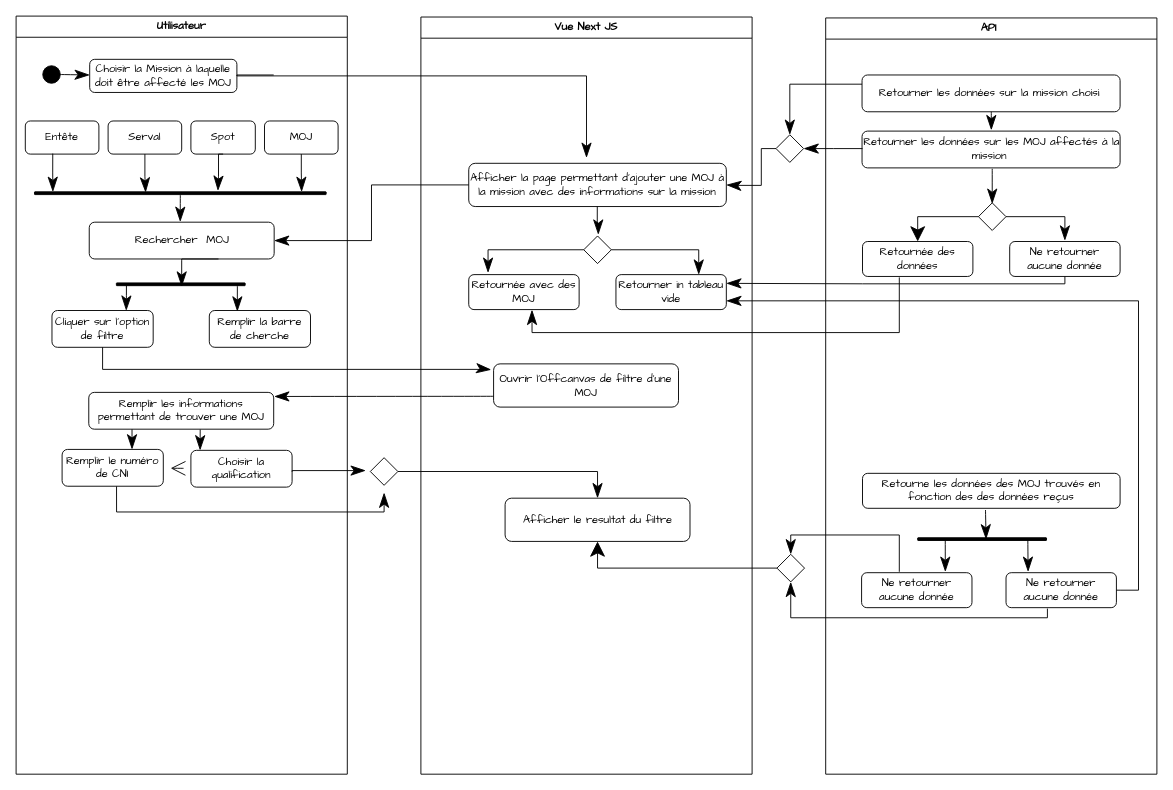
This is New_ActivityDiagramAssignsMojMission.drawio from ThuranJunior-AGL/AnalyseGEMOj, a draw.io file, before an edit. Source tidied: cells renumbered, new cells numbered last; positions are measured from the earlier drawing's top-left corner, leaving out a move shared by most shapes. Both pictures are drawn from the tidied source at 92%, with x=0, y=0 at pixel (16, 16).
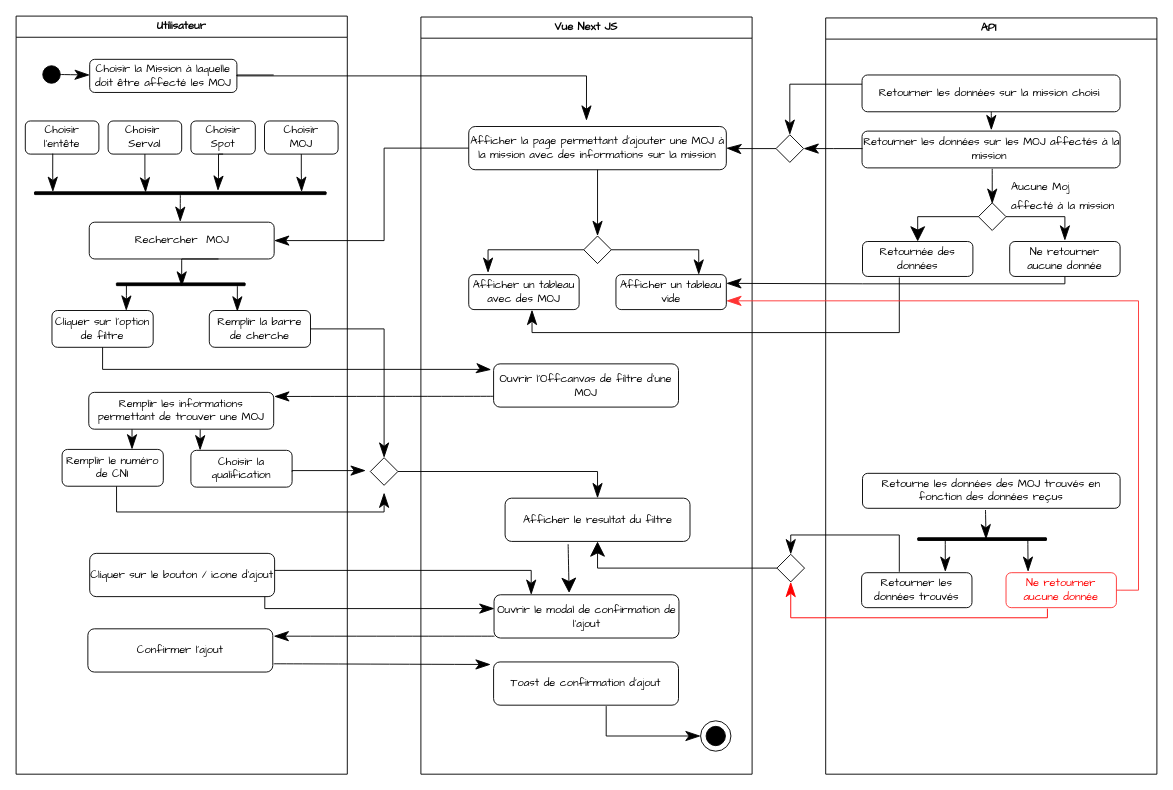
Above is the later version.

Commit message (it also covers changes not shown here):
Mettre à jour New_ActivityDiagramAssignsMojMission.drawio

The change refers to these unchanged cells:
```xml
<mxCell id="2" value="Utilisateur" style="swimlane;whiteSpace=wrap;html=1;fontFamily=Architects Daughter;" parent="1" vertex="1">
  <mxGeometry width="360" height="824" as="geometry" />
</mxCell>
<mxCell id="6" value="Rechercher &lt;span style=&quot;background-color: initial;&quot;&gt;&amp;nbsp;MOJ&lt;/span&gt;" style="rounded=1;whiteSpace=wrap;html=1;fontFamily=Architects Daughter;" parent="2" vertex="1">
  <mxGeometry x="79.5" y="224" width="201" height="40" as="geometry" />
</mxCell>
<mxCell id="7" value="Remplir le numéro de CNI" style="rounded=1;whiteSpace=wrap;html=1;fontFamily=Architects Daughter;" parent="2" vertex="1">
  <mxGeometry x="50" y="471" width="110" height="40" as="geometry" />
</mxCell>
<mxCell id="9" value="Choisir la qualification" style="rounded=1;whiteSpace=wrap;html=1;fontFamily=Architects Daughter;" parent="2" vertex="1">
  <mxGeometry x="190" y="472" width="110" height="40" as="geometry" />
</mxCell>
<mxCell id="17" value="Remplir la barre de cherche" style="rounded=1;whiteSpace=wrap;html=1;fontFamily=Architects Daughter;" parent="2" vertex="1">
  <mxGeometry x="210" y="320" width="110" height="40" as="geometry" />
</mxCell>
<mxCell id="28" value="Vue Next JS" style="swimlane;whiteSpace=wrap;html=1;fontFamily=Architects Daughter;" parent="1" vertex="1">
  <mxGeometry x="440" y="1" width="360" height="823" as="geometry" />
</mxCell>
<mxCell id="33" style="rhombus;whiteSpace=wrap;html=1;fontFamily=Architects Daughter;" parent="28" vertex="1">
  <mxGeometry x="177" y="238" width="30" height="30" as="geometry" />
</mxCell>
<mxCell id="37" value="Afficher le resultat du filtre" style="rounded=1;whiteSpace=wrap;html=1;fontFamily=Architects Daughter;" parent="28" vertex="1">
  <mxGeometry x="91.5" y="523" width="201" height="47" as="geometry" />
</mxCell>
<mxCell id="38" value="API&amp;nbsp;" style="swimlane;whiteSpace=wrap;html=1;fontFamily=Architects Daughter;gradientColor=none;" parent="1" vertex="1">
  <mxGeometry x="880" y="2" width="360" height="822" as="geometry" />
</mxCell>
<mxCell id="43" style="rhombus;whiteSpace=wrap;html=1;fontFamily=Architects Daughter;" parent="38" vertex="1">
  <mxGeometry x="166" y="201" width="30" height="30" as="geometry" />
</mxCell>
<mxCell id="55" style="rhombus;whiteSpace=wrap;html=1;fontFamily=Architects Daughter;" parent="1" vertex="1">
  <mxGeometry x="826" y="129" width="30" height="30" as="geometry" />
</mxCell>
<mxCell id="61" style="rhombus;whiteSpace=wrap;html=1;fontFamily=Architects Daughter;" parent="1" vertex="1">
  <mxGeometry x="385" y="480" width="30" height="30" as="geometry" />
</mxCell>
<mxCell id="71" style="rhombus;whiteSpace=wrap;html=1;fontFamily=Architects Daughter;" parent="1" vertex="1">
  <mxGeometry x="827" y="585" width="30" height="30" as="geometry" />
</mxCell>
```

What changed in the source:
```diff
@@
-    <mxCell id="8" style="edgeStyle=none;curved=1;rounded=0;jettySize=auto;html=1;fontFamily=Architects Daughter;fontSize=16;startSize=14;endArrow=open;endSize=14;sourcePerimeterSpacing=8;targetPerimeterSpacing=8;" parent="2" edge="1" source="9" target="7">
-      <mxGeometry relative="1" as="geometry" />
-    </mxCell>
@@
-    <mxCell id="18" value="Entête" style="rounded=1;whiteSpace=wrap;html=1;fontFamily=Architects Daughter;" parent="2" vertex="1">
+    <mxCell id="18" value="Choisir l'entête" style="rounded=1;whiteSpace=wrap;html=1;fontFamily=Architects Daughter;" parent="2" vertex="1">
       <mxGeometry x="10" y="114" width="80" height="36" as="geometry" />
     </mxCell>
-    <mxCell id="19" value="Serval" style="rounded=1;whiteSpace=wrap;html=1;fontFamily=Architects Daughter;" parent="2" vertex="1">
+    <mxCell id="19" value="Choisir&amp;nbsp;&lt;div&gt;Serval&lt;/div&gt;" style="rounded=1;whiteSpace=wrap;html=1;fontFamily=Architects Daughter;" parent="2" vertex="1">
       <mxGeometry x="100" y="114" width="80" height="36" as="geometry" />
     </mxCell>
-    <mxCell id="20" value="Spot" style="rounded=1;whiteSpace=wrap;html=1;fontFamily=Architects Daughter;" parent="2" vertex="1">
+    <mxCell id="20" value="Choisir&lt;div&gt;Spot&lt;/div&gt;" style="rounded=1;whiteSpace=wrap;html=1;fontFamily=Architects Daughter;" parent="2" vertex="1">
       <mxGeometry x="190" y="114" width="70" height="36" as="geometry" />
     </mxCell>
-    <mxCell id="21" value="MOJ" style="rounded=1;whiteSpace=wrap;html=1;fontFamily=Architects Daughter;" parent="2" vertex="1">
+    <mxCell id="21" value="Choisir&lt;div&gt;MOJ&lt;/div&gt;" style="rounded=1;whiteSpace=wrap;html=1;fontFamily=Architects Daughter;" parent="2" vertex="1">
       <mxGeometry x="270" y="114" width="80" height="36" as="geometry" />
     </mxCell>
@@
+    <mxCell id="75" value="Cliquer sur le bouton / icone d'ajout" style="rounded=1;whiteSpace=wrap;html=1;fontFamily=Architects Daughter;" parent="2" vertex="1">
+      <mxGeometry x="80" y="584" width="201" height="47" as="geometry" />
+    </mxCell>
+    <mxCell id="76" value="Confirmer l'ajout" style="rounded=1;whiteSpace=wrap;html=1;fontFamily=Architects Daughter;" parent="2" vertex="1">
+      <mxGeometry x="78" y="666" width="201" height="47" as="geometry" />
+    </mxCell>
@@
     <mxCell id="29" value="Afficher la page permettant d'ajouter une MOJ à la mission avec des informations sur la mission" style="rounded=1;whiteSpace=wrap;html=1;fontFamily=Architects Daughter;" parent="28" vertex="1">
-      <mxGeometry x="52" y="159" width="280" height="47" as="geometry" />
+      <mxGeometry x="52" y="119" width="280" height="47" as="geometry" />
     </mxCell>
@@
-    <mxCell id="31" value="Retournée avec des MOJ" style="rounded=1;whiteSpace=wrap;html=1;fontFamily=Architects Daughter;" parent="28" vertex="1">
+    <mxCell id="31" value="Afficher un tableau avec des MOJ" style="rounded=1;whiteSpace=wrap;html=1;fontFamily=Architects Daughter;" parent="28" vertex="1">
       <mxGeometry x="52" y="280" width="120" height="38" as="geometry" />
     </mxCell>
-    <mxCell id="32" value="Retourner in tableau vide" style="rounded=1;whiteSpace=wrap;html=1;fontFamily=Architects Daughter;" parent="28" vertex="1">
+    <mxCell id="32" value="Afficher un tableau vide" style="rounded=1;whiteSpace=wrap;html=1;fontFamily=Architects Daughter;" parent="28" vertex="1">
       <mxGeometry x="212" y="280" width="120" height="38" as="geometry" />
     </mxCell>
@@
-    <mxCell id="34" style="endArrow=classicThin;html=1;rounded=0;fontFamily=Architects Daughter;fontSize=16;startSize=14;endSize=14;sourcePerimeterSpacing=8;targetPerimeterSpacing=8;endFill=1;edgeStyle=orthogonalEdgeStyle;exitX=0.499;exitY=0.997;exitDx=0;exitDy=0;exitPerimeter=0;entryX=0.527;entryY=-0.049;entryDx=0;entryDy=0;entryPerimeter=0;" parent="28" edge="1" source="29" target="33">
-      <mxGeometry relative="1" as="geometry">
-        <Array as="points">
-          <mxPoint x="192" y="228" />
-        </Array>
-      </mxGeometry>
+    <mxCell id="34" style="endArrow=classicThin;html=1;rounded=0;fontFamily=Architects Daughter;fontSize=16;startSize=14;endSize=14;sourcePerimeterSpacing=8;targetPerimeterSpacing=8;endFill=1;edgeStyle=orthogonalEdgeStyle;exitX=0.5;exitY=1;exitDx=0;exitDy=0;entryX=0.5;entryY=0;entryDx=0;entryDy=0;" parent="28" edge="1" source="29" target="33">
+      <mxGeometry relative="1" as="geometry" />
     </mxCell>
@@
+    <mxCell id="77" style="endArrow=classic;html=1;rounded=0;fontFamily=Architects Daughter;fontSize=16;startSize=14;endSize=14;sourcePerimeterSpacing=8;targetPerimeterSpacing=8;curved=1;exitX=0.341;exitY=1.064;exitDx=0;exitDy=0;exitPerimeter=0;entryX=0.406;entryY=-0.043;entryDx=0;entryDy=0;entryPerimeter=0;" parent="28" edge="1" source="37" target="78">
+      <mxGeometry relative="1" as="geometry" />
+    </mxCell>
+    <mxCell id="78" value="Ouvrir le modal de confirmation de l'ajout" style="rounded=1;whiteSpace=wrap;html=1;fontFamily=Architects Daughter;" parent="28" vertex="1">
+      <mxGeometry x="79.5" y="628" width="201" height="47" as="geometry" />
+    </mxCell>
+    <mxCell id="79" value="Toast de confirmation d'ajout" style="rounded=1;whiteSpace=wrap;html=1;fontFamily=Architects Daughter;" parent="28" vertex="1">
+      <mxGeometry x="79" y="701" width="201" height="47" as="geometry" />
+    </mxCell>
+    <mxCell id="80" style="ellipse;whiteSpace=wrap;html=1;fontFamily=Architects Daughter;fillColor=none;" parent="28" vertex="1">
+      <mxGeometry x="304" y="765" width="33" height="33" as="geometry" />
+    </mxCell>
+    <mxCell id="81" style="ellipse;whiteSpace=wrap;html=1;fontFamily=Architects Daughter;fillColor=#000000;" parent="28" vertex="1">
+      <mxGeometry x="310" y="771" width="21" height="21" as="geometry" />
+    </mxCell>
+    <mxCell id="82" style="endArrow=classicThin;html=1;rounded=0;fontFamily=Architects Daughter;fontSize=16;startSize=14;endSize=14;sourcePerimeterSpacing=8;targetPerimeterSpacing=8;exitX=0.609;exitY=1.021;exitDx=0;exitDy=0;entryX=0;entryY=0.5;entryDx=0;entryDy=0;edgeStyle=orthogonalEdgeStyle;exitPerimeter=0;endFill=1;" parent="28" edge="1" source="79" target="80">
+      <mxGeometry relative="1" as="geometry" />
+    </mxCell>
@@
-    <mxCell id="41" value="Retourne les données des MOJ trouvés en fonction des des données reçus" style="rounded=1;whiteSpace=wrap;html=1;fontFamily=Architects Daughter;" parent="38" vertex="1">
+    <mxCell id="41" value="Retourne les données des MOJ trouvés en fonction des données reçus" style="rounded=1;whiteSpace=wrap;html=1;fontFamily=Architects Daughter;" parent="38" vertex="1">
       <mxGeometry x="40" y="495" width="280" height="38" as="geometry" />
     </mxCell>
-    <mxCell id="42" value="Ne retourner aucune donnée" style="rounded=1;whiteSpace=wrap;html=1;fontFamily=Architects Daughter;" parent="38" vertex="1">
+    <mxCell id="42" value="&lt;font color=&quot;#ff0000&quot;&gt;Ne retourner aucune donnée&lt;/font&gt;" style="rounded=1;whiteSpace=wrap;html=1;fontFamily=Architects Daughter;strokeColor=#FF3333;" parent="38" vertex="1">
       <mxGeometry x="196" y="603" width="120" height="38" as="geometry" />
     </mxCell>
@@
-    <mxCell id="45" style="endArrow=classicThin;html=1;rounded=0;fontFamily=Architects Daughter;fontSize=16;startSize=14;endSize=14;sourcePerimeterSpacing=8;targetPerimeterSpacing=8;edgeStyle=orthogonalEdgeStyle;exitX=1;exitY=0.5;exitDx=0;exitDy=0;endFill=1;" parent="38" edge="1" source="43">
+    <mxCell id="45" style="endArrow=classicThin;html=1;rounded=0;fontFamily=Architects Daughter;fontSize=16;startSize=14;endSize=14;sourcePerimeterSpacing=8;targetPerimeterSpacing=8;edgeStyle=orthogonalEdgeStyle;exitX=1;exitY=0.5;exitDx=0;exitDy=0;endFill=1;strokeColor=default;" parent="38" edge="1" source="43">
       <mxGeometry relative="1" as="geometry">
         <mxPoint x="260" y="242" as="targetPoint" />
         <Array as="points">
           <mxPoint x="260" y="216" />
         </Array>
       </mxGeometry>
     </mxCell>
+    <mxCell id="83" value="&lt;font style=&quot;font-size: 12px;&quot;&gt;Aucune Moj&amp;nbsp;&lt;/font&gt;&lt;div style=&quot;&quot;&gt;&lt;font style=&quot;font-size: 12px;&quot;&gt;affecté à la mission&lt;/font&gt;&lt;/div&gt;" style="edgeLabel;html=1;align=left;verticalAlign=middle;fontSize=16;fontFamily=Architects Daughter;labelBackgroundColor=none;" parent="45" vertex="1">
+      <mxGeometry x="-0.18" y="-1" relative="1" as="geometry">
+        <mxPoint x="-33" y="-25" as="offset" />
+      </mxGeometry>
+    </mxCell>
-    <mxCell id="46" value="Ne retourner aucune donnée" style="rounded=1;whiteSpace=wrap;html=1;fontFamily=Architects Daughter;" parent="38" vertex="1">
+    <mxCell id="46" value="Retourner les données trouvés" style="rounded=1;whiteSpace=wrap;html=1;fontFamily=Architects Daughter;" parent="38" vertex="1">
       <mxGeometry x="39" y="603" width="120" height="38" as="geometry" />
     </mxCell>
-    <mxCell id="47" value="Ne retourner aucune donnée" style="rounded=1;whiteSpace=wrap;html=1;fontFamily=Architects Daughter;" parent="38" vertex="1">
+    <mxCell id="47" value="Ne retourner aucune donnée" style="rounded=1;whiteSpace=wrap;html=1;fontFamily=Architects Daughter;strokeColor=#000000;" parent="38" vertex="1">
       <mxGeometry x="200" y="243" width="120" height="38" as="geometry" />
     </mxCell>
@@
-    <mxCell id="53" style="endArrow=classicThin;html=1;rounded=0;fontFamily=Architects Daughter;fontSize=16;startSize=14;endSize=14;sourcePerimeterSpacing=8;targetPerimeterSpacing=8;exitX=1;exitY=0.5;exitDx=0;exitDy=0;endFill=1;edgeStyle=orthogonalEdgeStyle;" parent="1" edge="1">
+    <mxCell id="53" style="endArrow=classicThin;html=1;rounded=0;fontFamily=Architects Daughter;fontSize=16;startSize=14;endSize=14;sourcePerimeterSpacing=8;targetPerimeterSpacing=8;exitX=1;exitY=0.5;exitDx=0;exitDy=0;endFill=1;edgeStyle=orthogonalEdgeStyle;entryX=0.457;entryY=-0.136;entryDx=0;entryDy=0;entryPerimeter=0;" parent="1" edge="1" target="29">
       <mxGeometry relative="1" as="geometry">
         <mxPoint x="280" y="64" as="sourcePoint" />
-        <mxPoint x="620" y="154" as="targetPoint" />
         <Array as="points">
           <mxPoint x="240" y="64" />
-          <mxPoint x="240" y="65" />
           <mxPoint x="620" y="65" />
         </Array>
       </mxGeometry>
     </mxCell>
@@
     <mxCell id="57" style="endArrow=classicThin;html=1;rounded=0;fontFamily=Architects Daughter;fontSize=16;startSize=14;endSize=14;sourcePerimeterSpacing=8;targetPerimeterSpacing=8;endFill=1;edgeStyle=orthogonalEdgeStyle;exitX=0;exitY=0.5;exitDx=0;exitDy=0;entryX=1;entryY=0.5;entryDx=0;entryDy=0;" parent="1" edge="1" source="55" target="29">
       <mxGeometry relative="1" as="geometry">
         <Array as="points">
-          <mxPoint x="810" y="144" />
-          <mxPoint x="810" y="184" />
-          <mxPoint x="780" y="184" />
+          <mxPoint x="780" y="144" />
         </Array>
       </mxGeometry>
     </mxCell>
@@
-    <mxCell id="64" style="endArrow=classicThin;html=1;rounded=0;fontFamily=Architects Daughter;fontSize=16;startSize=14;endSize=14;sourcePerimeterSpacing=8;targetPerimeterSpacing=8;exitX=0.5;exitY=1;exitDx=0;exitDy=0;entryX=1;entryY=0.25;entryDx=0;entryDy=0;edgeStyle=orthogonalEdgeStyle;endFill=1;" parent="1" edge="1" source="47" target="32">
+    <mxCell id="64" style="endArrow=classicThin;html=1;rounded=0;fontFamily=Architects Daughter;fontSize=16;startSize=14;endSize=14;sourcePerimeterSpacing=8;targetPerimeterSpacing=8;exitX=0.5;exitY=1;exitDx=0;exitDy=0;entryX=1;entryY=0.25;entryDx=0;entryDy=0;edgeStyle=orthogonalEdgeStyle;endFill=1;strokeColor=#000000;" parent="1" edge="1" source="47" target="32">
       <mxGeometry relative="1" as="geometry">
         <Array as="points">
           <mxPoint x="1140" y="291" />
           <mxPoint x="920" y="291" />
         </Array>
       </mxGeometry>
     </mxCell>
@@
-    <mxCell id="67" style="endArrow=classicThin;html=1;rounded=0;fontFamily=Architects Daughter;fontSize=16;startSize=14;endSize=14;sourcePerimeterSpacing=8;targetPerimeterSpacing=8;exitX=1;exitY=0.5;exitDx=0;exitDy=0;entryX=1;entryY=0.75;entryDx=0;entryDy=0;edgeStyle=orthogonalEdgeStyle;endFill=1;" parent="1" edge="1" source="42" target="32">
+    <mxCell id="67" style="endArrow=classicThin;html=1;rounded=0;fontFamily=Architects Daughter;fontSize=16;startSize=14;endSize=14;sourcePerimeterSpacing=8;targetPerimeterSpacing=8;exitX=1;exitY=0.5;exitDx=0;exitDy=0;entryX=1;entryY=0.75;entryDx=0;entryDy=0;edgeStyle=orthogonalEdgeStyle;endFill=1;strokeColor=#FF3333;" parent="1" edge="1" source="42" target="32">
       <mxGeometry relative="1" as="geometry">
         <Array as="points">
           <mxPoint x="1200" y="624" />
           <mxPoint x="1220" y="624" />
           <mxPoint x="1220" y="310" />
           <mxPoint x="790" y="310" />
         </Array>
       </mxGeometry>
     </mxCell>
     <mxCell id="68" style="endArrow=classicThin;html=1;rounded=0;fontFamily=Architects Daughter;fontSize=16;startSize=14;endSize=14;sourcePerimeterSpacing=8;targetPerimeterSpacing=8;exitX=0;exitY=0.5;exitDx=0;exitDy=0;entryX=1;entryY=0.5;entryDx=0;entryDy=0;edgeStyle=orthogonalEdgeStyle;endFill=1;" parent="1" edge="1" source="29" target="6">
-      <mxGeometry relative="1" as="geometry" />
+      <mxGeometry relative="1" as="geometry">
+        <Array as="points">
+          <mxPoint x="400" y="144" />
+          <mxPoint x="400" y="244" />
+        </Array>
+      </mxGeometry>
     </mxCell>
@@
-    <mxCell id="72" style="endArrow=classicThin;html=1;rounded=0;fontFamily=Architects Daughter;fontSize=16;startSize=14;endSize=14;sourcePerimeterSpacing=8;targetPerimeterSpacing=8;entryX=0.5;entryY=1;entryDx=0;entryDy=0;edgeStyle=orthogonalEdgeStyle;endFill=1;" parent="1" edge="1" target="71">
+    <mxCell id="72" style="endArrow=classicThin;html=1;rounded=0;fontFamily=Architects Daughter;fontSize=16;startSize=14;endSize=14;sourcePerimeterSpacing=8;targetPerimeterSpacing=8;entryX=0.5;entryY=1;entryDx=0;entryDy=0;edgeStyle=orthogonalEdgeStyle;endFill=1;strokeColor=#FF0000;" parent="1" edge="1" target="71">
       <mxGeometry relative="1" as="geometry">
         <mxPoint x="1121" y="644" as="sourcePoint" />
         <Array as="points">
           <mxPoint x="1121" y="654" />
           <mxPoint x="842" y="654" />
         </Array>
       </mxGeometry>
     </mxCell>
@@
+    <mxCell id="84" style="endArrow=classicThin;html=1;rounded=0;fontFamily=Architects Daughter;fontSize=16;startSize=14;endSize=14;sourcePerimeterSpacing=8;targetPerimeterSpacing=8;exitX=1;exitY=0.5;exitDx=0;exitDy=0;edgeStyle=orthogonalEdgeStyle;endFill=1;entryX=0.201;entryY=0.106;entryDx=0;entryDy=0;entryPerimeter=0;" parent="1" edge="1">
+      <mxGeometry relative="1" as="geometry">
+        <mxPoint x="281" y="602.5" as="sourcePoint" />
+        <mxPoint x="559.9" y="629" as="targetPoint" />
+        <Array as="points">
+          <mxPoint x="560" y="602" />
+        </Array>
+      </mxGeometry>
+    </mxCell>
+    <mxCell id="85" style="endArrow=classicThin;html=1;rounded=0;fontFamily=Architects Daughter;fontSize=16;startSize=14;endSize=14;sourcePerimeterSpacing=8;targetPerimeterSpacing=8;exitX=0.947;exitY=1.001;exitDx=0;exitDy=0;edgeStyle=orthogonalEdgeStyle;entryX=0.002;entryY=0.319;entryDx=0;entryDy=0;entryPerimeter=0;exitPerimeter=0;endFill=1;" parent="1" edge="1" source="75" target="78">
+      <mxGeometry relative="1" as="geometry">
+        <Array as="points">
+          <mxPoint x="270" y="644" />
+        </Array>
+      </mxGeometry>
+    </mxCell>
+    <mxCell id="86" style="endArrow=classicThin;html=1;rounded=0;fontFamily=Architects Daughter;fontSize=16;startSize=14;endSize=14;sourcePerimeterSpacing=8;targetPerimeterSpacing=8;curved=1;entryX=-0.016;entryY=0.059;entryDx=0;entryDy=0;entryPerimeter=0;endFill=1;" parent="1" edge="1" target="79">
+      <mxGeometry relative="1" as="geometry">
+        <mxPoint x="280" y="704" as="sourcePoint" />
+      </mxGeometry>
+    </mxCell>
+    <mxCell id="87" style="endArrow=classicThin;html=1;rounded=0;fontFamily=Architects Daughter;fontSize=16;startSize=14;endSize=14;sourcePerimeterSpacing=8;targetPerimeterSpacing=8;exitX=1;exitY=0.5;exitDx=0;exitDy=0;entryX=0.5;entryY=0;entryDx=0;entryDy=0;edgeStyle=orthogonalEdgeStyle;endFill=1;" parent="1" edge="1" source="17" target="61">
+      <mxGeometry relative="1" as="geometry" />
+    </mxCell>
+    <mxCell id="88" style="endArrow=classicThin;html=1;rounded=0;fontFamily=Architects Daughter;fontSize=16;startSize=14;endSize=14;sourcePerimeterSpacing=8;targetPerimeterSpacing=8;curved=1;endFill=1;" parent="1" edge="1">
+      <mxGeometry relative="1" as="geometry">
+        <mxPoint x="520" y="674" as="sourcePoint" />
+        <mxPoint x="280" y="674" as="targetPoint" />
+      </mxGeometry>
+    </mxCell>
```
